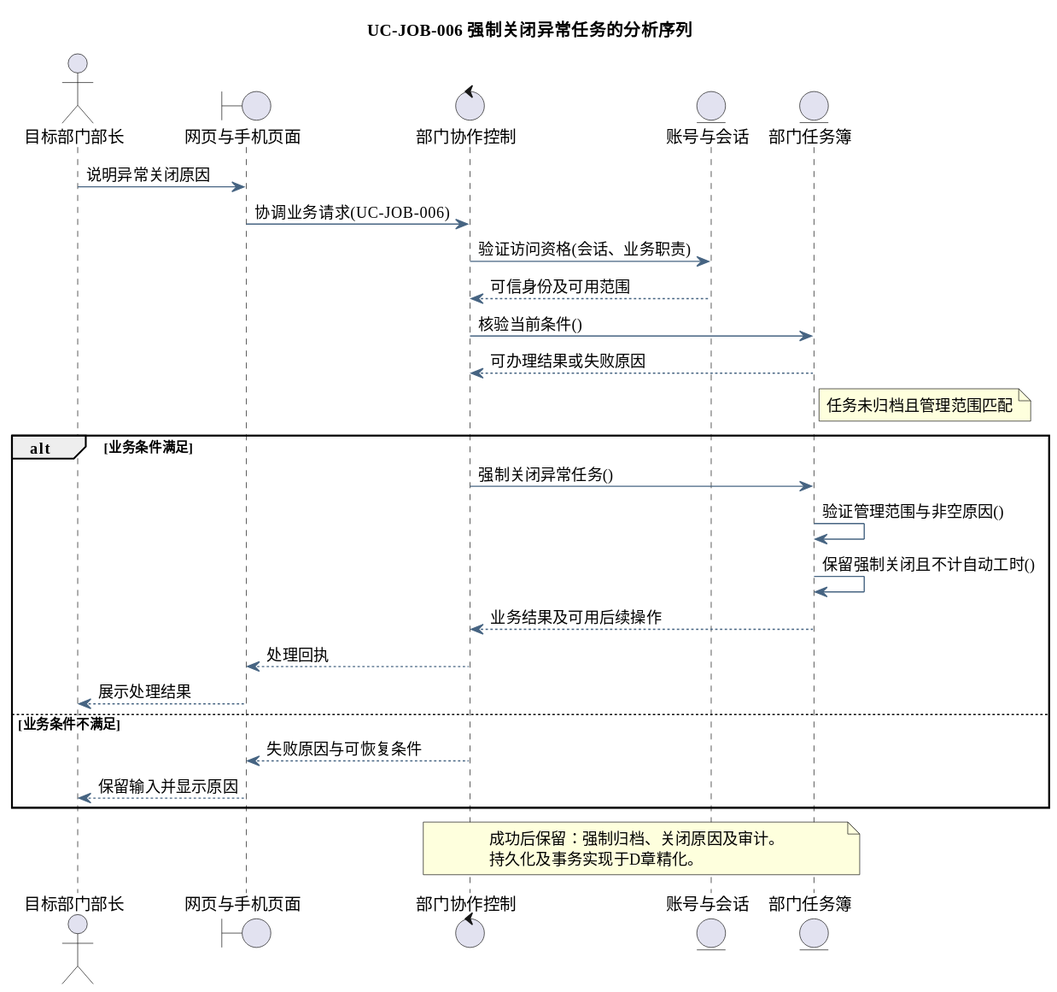
Earlier version of the PlantUML export docs/diagrams/analysis/seq-uc-job-006.svg (tccc1csu/miniprogram-csu).
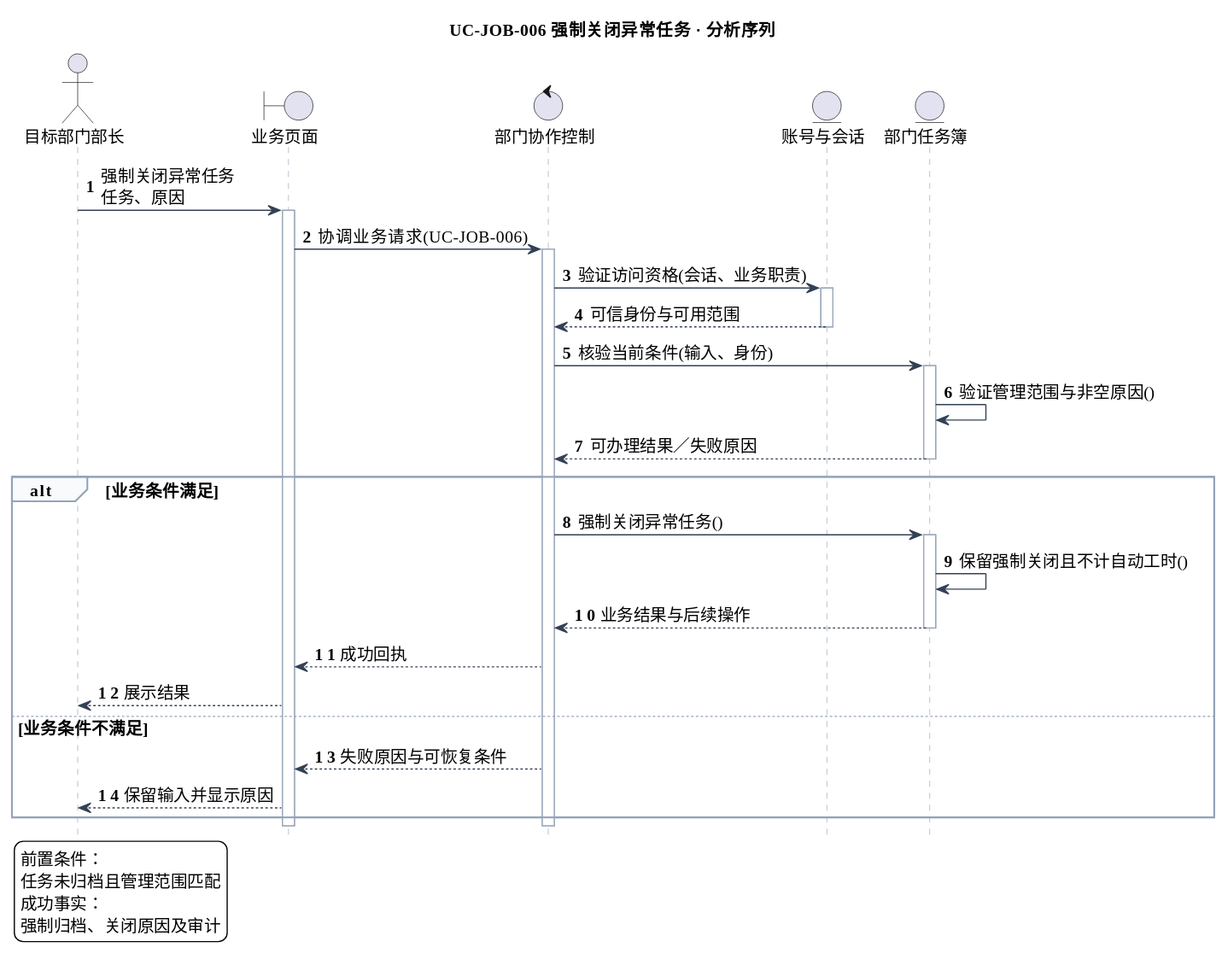
The same diagram one commit later.

Change to the diagram source:
```diff
@@ -5,34 +5,52 @@
 skinparam ArrowColor #466482
 skinparam classAttributeIconSize 0
 hide empty members
-title UC-JOB-006 强制关闭异常任务的分析序列
+skinparam defaultFontSize 14
+skinparam sequenceLifeLineBorderColor #9AA8B8
+skinparam sequenceArrowColor #334155
+skinparam sequenceGroupBorderColor #94A3B8
+skinparam sequenceGroupBackgroundColor #F8FAFC
+skinparam sequenceParticipantPadding 18
+skinparam maxMessageSize 240
+hide footbox
+autonumber
+title UC-JOB-006 强制关闭异常任务 · 分析序列
 actor "目标部门部长" as actor
-boundary "网页与手机页面" as page
+boundary "业务页面" as page
 control "部门协作控制" as ctl
 entity "账号与会话" as identity
 entity "部门任务簿" as model
-actor -> page : 说明异常关闭原因
+actor -> page : 强制关闭异常任务\n任务、原因
+activate page
 page -> ctl : 协调业务请求(UC-JOB-006)
+activate ctl
 ctl -> identity : 验证访问资格(会话、业务职责)
-identity --> ctl : 可信身份及可用范围
-ctl -> model : 核验当前条件()
-model --> ctl : 可办理结果或失败原因
-note right of model
-任务未归档且管理范围匹配
-end note
+activate identity
+identity --> ctl : 可信身份与可用范围
+deactivate identity
+ctl -> model : 核验当前条件(输入、身份)
+activate model
+model -> model : 验证管理范围与非空原因()
+model --> ctl : 可办理结果／失败原因
+deactivate model
 alt 业务条件满足
 ctl -> model : 强制关闭异常任务()
-model -> model : 验证管理范围与非空原因()
+activate model
 model -> model : 保留强制关闭且不计自动工时()
-model --> ctl : 业务结果及可用后续操作
-ctl --> page : 处理回执
-page --> actor : 展示处理结果
+model --> ctl : 业务结果与后续操作
+deactivate model
+ctl --> page : 成功回执
+page --> actor : 展示结果
 else 业务条件不满足
 ctl --> page : 失败原因与可恢复条件
 page --> actor : 保留输入并显示原因
 end
-note over ctl,model
-成功后保留：强制归档、关闭原因及审计。
-持久化及事务实现于D章精化。
-end note
+deactivate ctl
+deactivate page
+legend bottom left
+前置条件：
+任务未归档且管理范围匹配
+成功事实：
+强制归档、关闭原因及审计
+endlegend
 @enduml
```
